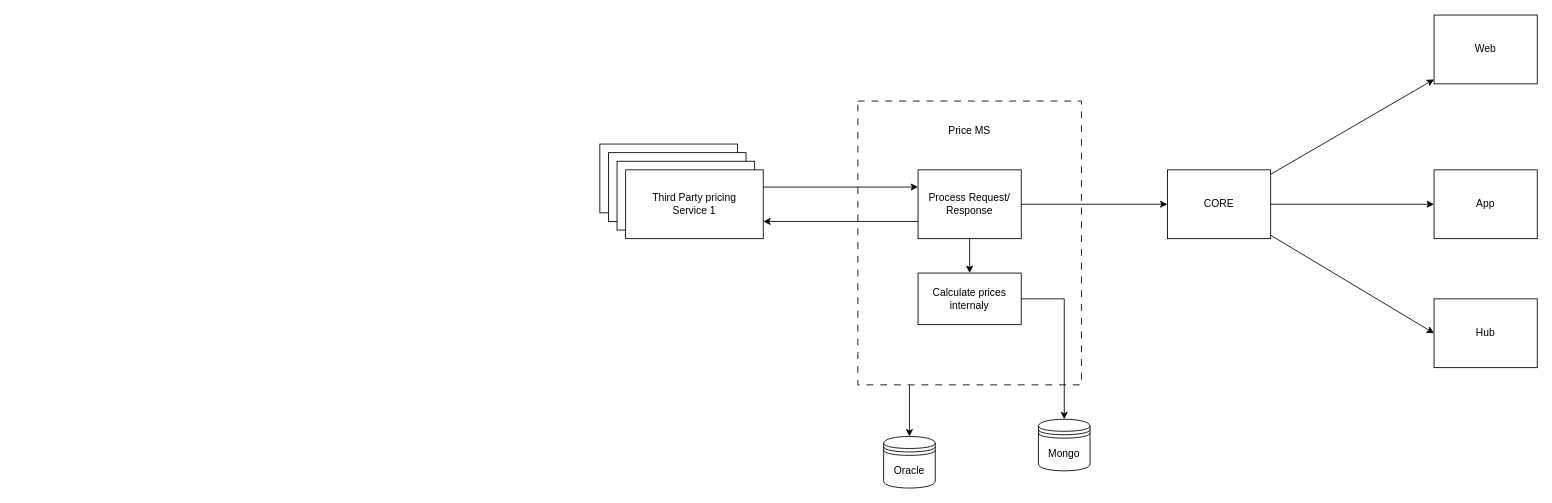
Earlier version of the draw.io diagram Price MS Architecture.drawio (amilasilva7/Designing-Repo). Source tidied: cells renumbered, new cells numbered last; positions are measured from the earlier drawing's top-left corner, leaving out a move shared by most shapes. Both pictures are drawn from the tidied source at 86%, with x=0, y=0 at pixel (599, 15).
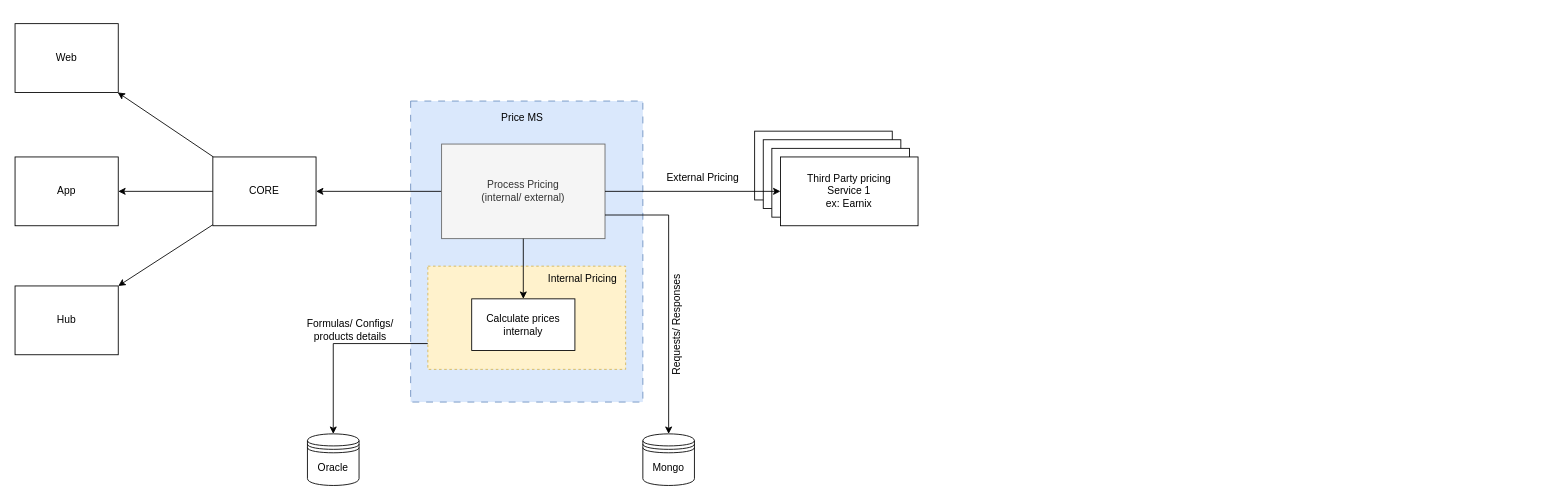
The same diagram, later.

Unchanged cells that the change refers to:
```xml
<mxCell id="6" style="rounded=0;whiteSpace=wrap;html=1;" parent="2" vertex="1">
  <mxGeometry x="30" y="30" width="160" height="80" as="geometry" />
</mxCell>
```

The edit, as a diff of the source:
```diff
@@
     <mxCell id="2" style="group;" parent="1" vertex="1">
-      <mxGeometry y="150" width="190" height="110" as="geometry" />
+      <mxGeometry x="180" y="135" width="190" height="110" as="geometry" />
     </mxCell>
@@
-    <mxCell id="7" value="Third Party pricing Service 1" style="text;html=1;align=center;verticalAlign=middle;whiteSpace=wrap;rounded=0;" parent="2" vertex="1">
+    <mxCell id="7" value="&lt;div&gt;Third Party pricing Service 1&lt;br&gt;ex: Earnix&lt;br&gt;&lt;/div&gt;" style="text;html=1;align=center;verticalAlign=middle;whiteSpace=wrap;rounded=0;" parent="2" vertex="1">
       <mxGeometry x="60" y="55" width="100" height="30" as="geometry" />
     </mxCell>
-    <mxCell id="8" style="edgeStyle=orthogonalEdgeStyle;rounded=0;jettySize=auto;html=1;entryX=0.5;entryY=0;entryDx=0;entryDy=0;" parent="1" edge="1" source="9" target="25">
-      <mxGeometry relative="1" as="geometry">
-        <Array as="points">
-          <mxPoint x="360" y="480" />
-          <mxPoint x="360" y="480" />
-        </Array>
-      </mxGeometry>
-    </mxCell>
-    <mxCell id="9" style="rounded=0;whiteSpace=wrap;html=1;dashed=1;dashPattern=8 8;" parent="1" vertex="1">
-      <mxGeometry x="300" y="100" width="260" height="330" as="geometry" />
+    <mxCell id="9" style="rounded=0;whiteSpace=wrap;html=1;dashed=1;dashPattern=8 8;fillColor=#dae8fc;strokeColor=#6c8ebf;" parent="1" vertex="1">
+      <mxGeometry x="-220" y="100" width="270" height="350" as="geometry" />
     </mxCell>
-    <mxCell id="10" style="edgeStyle=orthogonalEdgeStyle;rounded=0;jettySize=auto;html=1;entryX=0;entryY=0.25;entryDx=0;entryDy=0;exitX=1;exitY=0.25;exitDx=0;exitDy=0;" parent="1" edge="1" source="6" target="14">
-      <mxGeometry relative="1" as="geometry" />
-    </mxCell>
     <mxCell id="11" value="Price MS" style="text;html=1;align=center;verticalAlign=middle;whiteSpace=wrap;rounded=0;" parent="1" vertex="1">
-      <mxGeometry x="400" y="120" width="60" height="30" as="geometry" />
+      <mxGeometry x="-120" y="105" width="60" height="30" as="geometry" />
     </mxCell>
-    <mxCell id="12" style="edgeStyle=orthogonalEdgeStyle;rounded=0;jettySize=auto;html=1;" parent="1" edge="1" source="14" target="16">
-      <mxGeometry relative="1" as="geometry" />
-    </mxCell>
@@
-    <mxCell id="14" value="Process Request/ Response" style="rounded=0;whiteSpace=wrap;html=1;" parent="1" vertex="1">
-      <mxGeometry x="370" y="180" width="120" height="80" as="geometry" />
+    <mxCell id="14" value="Process Pricing &lt;br&gt;(internal/ external)" style="rounded=0;whiteSpace=wrap;html=1;fillColor=#f5f5f5;strokeColor=#666666;fontColor=#333333;" parent="1" vertex="1">
+      <mxGeometry x="-184" y="150" width="190" height="110" as="geometry" />
     </mxCell>
-    <mxCell id="15" style="rounded=0;jettySize=auto;html=1;edgeStyle=orthogonalEdgeStyle;" parent="1" edge="1" source="16" target="26">
-      <mxGeometry relative="1" as="geometry" />
+    <mxCell id="15" style="rounded=0;jettySize=auto;html=1;edgeStyle=orthogonalEdgeStyle;exitX=0;exitY=0.75;exitDx=0;exitDy=0;" parent="1" edge="1" source="27" target="26">
+      <mxGeometry relative="1" as="geometry">
+        <Array as="points">
+          <mxPoint x="-310" y="382" />
+        </Array>
+      </mxGeometry>
     </mxCell>
+    <mxCell id="27" style="rounded=0;whiteSpace=wrap;html=1;dashed=1;fillColor=#fff2cc;strokeColor=#d6b656;" parent="1" vertex="1">
+      <mxGeometry x="-200" y="292" width="230" height="120" as="geometry" />
+    </mxCell>
     <mxCell id="16" value="Calculate prices internaly" style="rounded=0;whiteSpace=wrap;html=1;" parent="1" vertex="1">
-      <mxGeometry x="370" y="300" width="120" height="60" as="geometry" />
+      <mxGeometry x="-149" y="330" width="120" height="60" as="geometry" />
     </mxCell>
-    <mxCell id="17" style="edgeStyle=orthogonalEdgeStyle;rounded=0;jettySize=auto;html=1;startArrow=classic;startFill=1;endArrow=none;endFill=0;entryX=0;entryY=0.75;entryDx=0;entryDy=0;exitX=1;exitY=0.75;exitDx=0;exitDy=0;" parent="1" edge="1" source="6" target="14">
+    <mxCell id="17" style="edgeStyle=orthogonalEdgeStyle;rounded=0;jettySize=auto;html=1;startArrow=classic;startFill=1;endArrow=none;endFill=0;entryX=1;entryY=0.5;entryDx=0;entryDy=0;exitX=0;exitY=0.5;exitDx=0;exitDy=0;" parent="1" edge="1" source="6" target="14">
       <mxGeometry relative="1" as="geometry" />
     </mxCell>
@@
-    <mxCell id="19" style="rounded=0;jettySize=auto;html=1;entryX=0;entryY=0.5;entryDx=0;entryDy=0;" parent="1" edge="1" source="21" target="24">
+    <mxCell id="19" style="rounded=0;jettySize=auto;html=1;entryX=1;entryY=0;entryDx=0;entryDy=0;" parent="1" edge="1" source="21" target="24">
       <mxGeometry relative="1" as="geometry" />
     </mxCell>
-    <mxCell id="20" style="edgeStyle=orthogonalEdgeStyle;rounded=0;jettySize=auto;html=1;entryX=0;entryY=0.5;entryDx=0;entryDy=0;" parent="1" edge="1" source="21" target="23">
+    <mxCell id="20" style="edgeStyle=orthogonalEdgeStyle;rounded=0;jettySize=auto;html=1;entryX=1;entryY=0.5;entryDx=0;entryDy=0;" parent="1" edge="1" source="21" target="23">
       <mxGeometry relative="1" as="geometry" />
     </mxCell>
     <mxCell id="21" value="CORE" style="rounded=0;whiteSpace=wrap;html=1;" parent="1" vertex="1">
-      <mxGeometry x="660" y="180" width="120" height="80" as="geometry" />
+      <mxGeometry x="-450" y="165" width="120" height="80" as="geometry" />
     </mxCell>
     <mxCell id="22" value="Web" style="rounded=0;whiteSpace=wrap;html=1;" parent="1" vertex="1">
-      <mxGeometry x="970" width="120" height="80" as="geometry" />
+      <mxGeometry x="-680" y="10" width="120" height="80" as="geometry" />
     </mxCell>
     <mxCell id="23" value="App" style="rounded=0;whiteSpace=wrap;html=1;" parent="1" vertex="1">
-      <mxGeometry x="970" y="180" width="120" height="80" as="geometry" />
+      <mxGeometry x="-680" y="165" width="120" height="80" as="geometry" />
     </mxCell>
     <mxCell id="24" value="Hub" style="rounded=0;whiteSpace=wrap;html=1;" parent="1" vertex="1">
-      <mxGeometry x="970" y="330" width="120" height="80" as="geometry" />
+      <mxGeometry x="-680" y="315" width="120" height="80" as="geometry" />
     </mxCell>
-    <mxCell id="25" value="Oracle" style="shape=datastore;whiteSpace=wrap;html=1;" parent="1" vertex="1">
-      <mxGeometry x="330" y="490" width="60" height="60" as="geometry" />
+    <mxCell id="25" value="Mongo" style="shape=datastore;whiteSpace=wrap;html=1;" parent="1" vertex="1">
+      <mxGeometry x="50" y="487" width="60" height="60" as="geometry" />
     </mxCell>
-    <mxCell id="26" value="Mongo" style="shape=datastore;whiteSpace=wrap;html=1;" parent="1" vertex="1">
-      <mxGeometry x="510" y="470" width="60" height="60" as="geometry" />
+    <mxCell id="26" value="Oracle" style="shape=datastore;whiteSpace=wrap;html=1;" parent="1" vertex="1">
+      <mxGeometry x="-340" y="487" width="60" height="60" as="geometry" />
     </mxCell>
+    <mxCell id="12" style="edgeStyle=orthogonalEdgeStyle;rounded=0;jettySize=auto;html=1;" parent="1" edge="1" source="14" target="16">
+      <mxGeometry relative="1" as="geometry" />
+    </mxCell>
+    <mxCell id="28" value="Internal Pricing" style="text;html=1;align=center;verticalAlign=middle;whiteSpace=wrap;rounded=0;" parent="1" vertex="1">
+      <mxGeometry x="-70" y="292" width="100" height="30" as="geometry" />
+    </mxCell>
+    <mxCell id="29" value="External Pricing" style="text;html=1;align=center;verticalAlign=middle;whiteSpace=wrap;rounded=0;" parent="1" vertex="1">
+      <mxGeometry x="70" y="175" width="100" height="30" as="geometry" />
+    </mxCell>
+    <mxCell id="8" style="edgeStyle=orthogonalEdgeStyle;rounded=0;jettySize=auto;html=1;entryX=0.5;entryY=0;entryDx=0;entryDy=0;exitX=1;exitY=0.75;exitDx=0;exitDy=0;" parent="1" edge="1" source="14" target="25">
+      <mxGeometry relative="1" as="geometry">
+        <Array as="points">
+          <mxPoint x="80" y="233" />
+        </Array>
+      </mxGeometry>
+    </mxCell>
+    <mxCell id="30" value="Requests/ Responses" style="text;html=1;align=center;verticalAlign=middle;whiteSpace=wrap;rounded=0;rotation=-90;" parent="1" vertex="1">
+      <mxGeometry x="10" y="345" width="160" height="30" as="geometry" />
+    </mxCell>
+    <mxCell id="31" value="Formulas/ Configs/ products details" style="text;html=1;align=center;verticalAlign=middle;whiteSpace=wrap;rounded=0;rotation=0;" parent="1" vertex="1">
+      <mxGeometry x="-350" y="351" width="120" height="30" as="geometry" />
+    </mxCell>
```
